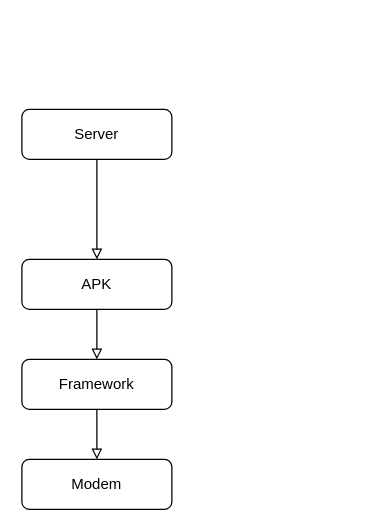
Earlier version of the draw.io diagram 预付费临时解锁码.drawio (yangzetuoyuan/yangzetuoyuan.github.io). Source tidied: cells renumbered, new cells numbered last; positions are measured from the earlier drawing's top-left corner, leaving out a move shared by most shapes. Both pictures are drawn from the tidied source at 125%, with x=0, y=0 at pixel (21, 109).
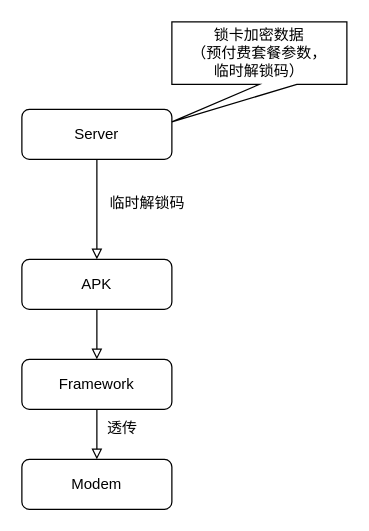
Above is the later version.

Commit message (it also covers changes not shown here):
更新预付费临时解锁码.drawio

The edit, as a diff of the source:
```diff
@@
 <mxGraphModel>
   <root>
     <mxCell id="0" />
     <mxCell id="1" parent="0" />
     <mxCell id="2" value="Server" style="rounded=1;whiteSpace=wrap;html=1;fontSize=12;glass=0;strokeWidth=1;shadow=0;" parent="1" vertex="1">
       <mxGeometry width="120" height="40" as="geometry" />
     </mxCell>
     <mxCell id="3" style="edgeStyle=orthogonalEdgeStyle;rounded=0;jettySize=auto;html=1;exitX=0.5;exitY=1;exitDx=0;exitDy=0;endArrow=block;endFill=0;" parent="1" edge="1" source="4" target="6">
       <mxGeometry relative="1" as="geometry" />
     </mxCell>
     <mxCell id="4" value="APK" style="rounded=1;whiteSpace=wrap;html=1;fontSize=12;glass=0;strokeWidth=1;shadow=0;" parent="1" vertex="1">
       <mxGeometry y="120" width="120" height="40" as="geometry" />
     </mxCell>
     <mxCell id="5" style="edgeStyle=orthogonalEdgeStyle;rounded=0;jettySize=auto;html=1;endArrow=block;endFill=0;" parent="1" edge="1" source="6" target="7">
       <mxGeometry relative="1" as="geometry" />
     </mxCell>
     <mxCell id="6" value="Framework" style="rounded=1;whiteSpace=wrap;html=1;fontSize=12;glass=0;strokeWidth=1;shadow=0;" parent="1" vertex="1">
       <mxGeometry y="200" width="120" height="40" as="geometry" />
     </mxCell>
     <mxCell id="7" value="Modem" style="rounded=1;whiteSpace=wrap;html=1;fontSize=12;glass=0;strokeWidth=1;shadow=0;" parent="1" vertex="1">
       <mxGeometry y="280" width="120" height="40" as="geometry" />
     </mxCell>
     <mxCell id="8" style="endArrow=block;html=1;rounded=0;exitX=0.5;exitY=1;exitDx=0;exitDy=0;endFill=0;" parent="1" edge="1" source="2" target="4">
       <mxGeometry relative="1" as="geometry" />
     </mxCell>
+    <mxCell id="9" value="锁卡加密数据&lt;div&gt;（预付费套餐参数，&lt;/div&gt;&lt;div&gt;临时解锁码）&lt;/div&gt;" style="shape=callout;whiteSpace=wrap;html=1;perimeter=calloutPerimeter;position2=0;base=30;" parent="1" vertex="1">
+      <mxGeometry x="120" y="-70" width="140" height="80" as="geometry" />
+    </mxCell>
+    <mxCell id="10" value="临时解锁码" style="text;html=1;align=center;verticalAlign=middle;strokeColor=none;fillColor=none;" parent="1" vertex="1">
+      <mxGeometry x="60" y="60" width="80" height="30" as="geometry" />
+    </mxCell>
+    <mxCell id="11" value="透传" style="text;html=1;align=center;verticalAlign=middle;strokeColor=none;fillColor=none;" parent="1" vertex="1">
+      <mxGeometry x="55" y="240" width="50" height="30" as="geometry" />
+    </mxCell>
   </root>
 </mxGraphModel>
```
